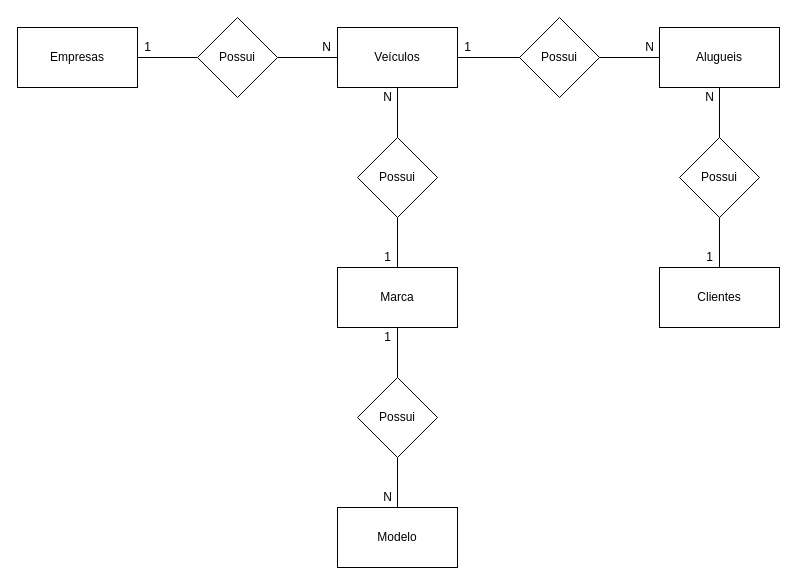
Before: page "conceitual" (1 of 2) of sprint-1-bd/exercicios/1.2-exercicio-locadora/01_modelagem_conceitual-logico.drawio in RegisMagalhaes/LovePets, a draw.io diagram. Source tidied: cells renumbered, new cells numbered last; positions are measured from the earlier drawing's top-left corner, leaving out a move shared by most shapes. Both pictures are drawn from the tidied source at 100%, with x=0, y=0 at pixel (17, 17).
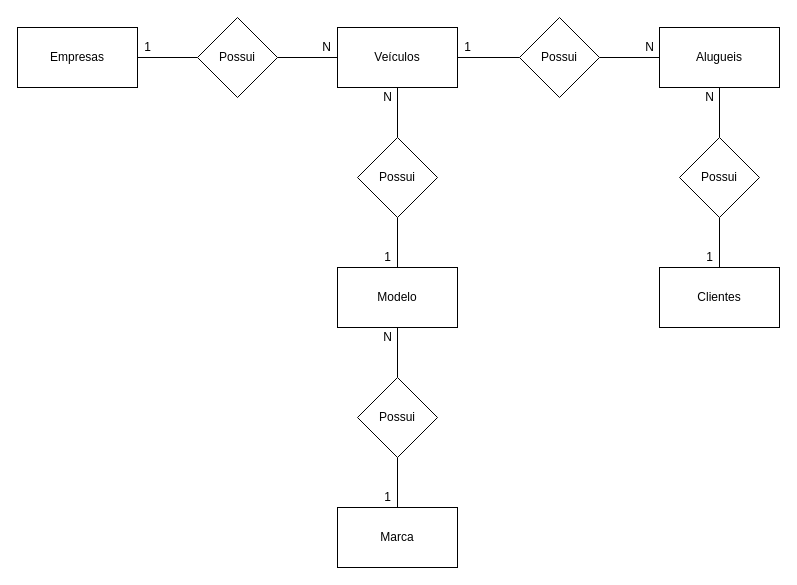
After the change.

Change to the diagram source:
```diff
@@
-    <mxCell id="8" value="Marca" style="rounded=0;whiteSpace=wrap;html=1;" parent="1" vertex="1">
+    <mxCell id="8" value="Modelo" style="rounded=0;whiteSpace=wrap;html=1;" parent="1" vertex="1">
       <mxGeometry x="320" y="250" width="120" height="60" as="geometry" />
     </mxCell>
@@
-    <mxCell id="22" value="Modelo" style="rounded=0;whiteSpace=wrap;html=1;" parent="1" vertex="1">
+    <mxCell id="22" value="Marca" style="rounded=0;whiteSpace=wrap;html=1;" parent="1" vertex="1">
       <mxGeometry x="320" y="490" width="120" height="60" as="geometry" />
     </mxCell>
@@
-    <mxCell id="31" value="1" style="text;html=1;align=center;verticalAlign=middle;" parent="1" vertex="1">
+    <mxCell id="31" value="N" style="text;html=1;align=center;verticalAlign=middle;" parent="1" vertex="1">
       <mxGeometry x="360" y="310" width="20" height="20" as="geometry" />
     </mxCell>
-    <mxCell id="32" value="N" style="text;html=1;align=center;verticalAlign=middle;" parent="1" vertex="1">
+    <mxCell id="32" value="1" style="text;html=1;align=center;verticalAlign=middle;" parent="1" vertex="1">
       <mxGeometry x="360" y="470" width="20" height="20" as="geometry" />
     </mxCell>
```
